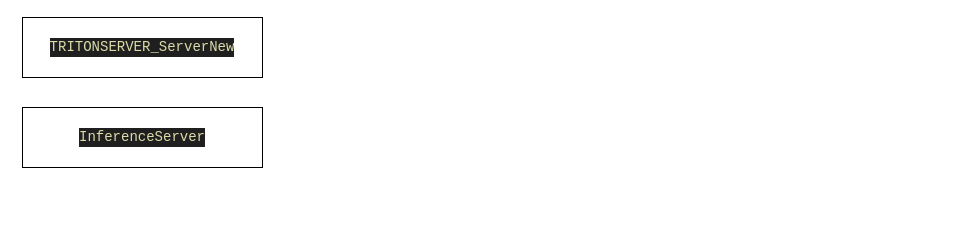
xiazi-yu/triton-server-read keeps this draw.io diagram as server-init.drawio. Above is the earlier version. Source tidied: cells renumbered, new cells numbered last; positions are measured from the earlier drawing's top-left corner, leaving out a move shared by most shapes. Both pictures are drawn from the tidied source at 100%, with x=0, y=0 at pixel (22, 17).
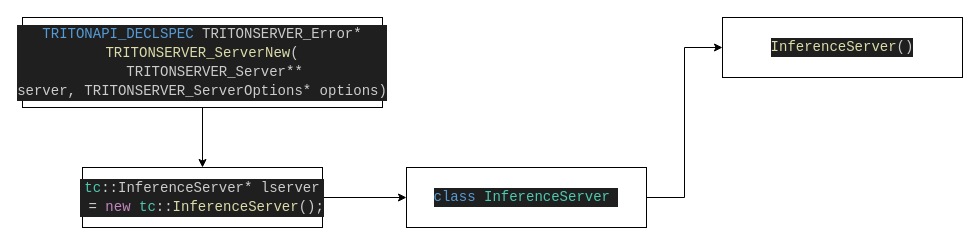
After the change.

Change to the diagram source:
```diff
@@
 <mxGraphModel>
   <root>
     <mxCell id="0" />
     <mxCell id="1" parent="0" />
+    <mxCell id="4" style="edgeStyle=orthogonalEdgeStyle;rounded=0;jettySize=auto;html=1;" parent="1" edge="1" source="2" target="3">
+      <mxGeometry relative="1" as="geometry" />
+    </mxCell>
-    <mxCell id="2" value="&lt;div style=&quot;color: rgb(204, 204, 204); background-color: rgb(31, 31, 31); font-family: Consolas, &amp;quot;Courier New&amp;quot;, monospace; font-size: 14px; line-height: 19px; white-space: pre;&quot;&gt;&lt;span style=&quot;color: #dcdcaa;&quot;&gt;TRITONSERVER_ServerNew&lt;/span&gt;&lt;/div&gt;" style="rounded=0;whiteSpace=wrap;html=1;" parent="1" vertex="1">
-      <mxGeometry width="240" height="60" as="geometry" />
+    <mxCell id="2" value="&lt;div style=&quot;color: rgb(204, 204, 204); background-color: rgb(31, 31, 31); font-family: Consolas, &amp;quot;Courier New&amp;quot;, monospace; font-size: 14px; line-height: 19px; white-space: pre;&quot;&gt;&lt;div style=&quot;line-height: 19px;&quot;&gt;&lt;div&gt;&lt;span style=&quot;color: #569cd6;&quot;&gt;TRITONAPI_DECLSPEC&lt;/span&gt; TRITONSERVER_Error&lt;span style=&quot;color: #d4d4d4;&quot;&gt;*&lt;/span&gt;&lt;/div&gt;&lt;div&gt;&lt;span style=&quot;color: #dcdcaa;&quot;&gt;TRITONSERVER_ServerNew&lt;/span&gt;(&lt;/div&gt;&lt;div&gt;&amp;nbsp; &amp;nbsp; TRITONSERVER_Server&lt;span style=&quot;color: #d4d4d4;&quot;&gt;**&lt;/span&gt; &lt;/div&gt;&lt;div&gt;server, TRITONSERVER_ServerOptions&lt;span style=&quot;color: #d4d4d4;&quot;&gt;*&lt;/span&gt; options)&lt;/div&gt;&lt;/div&gt;&lt;/div&gt;" style="rounded=0;whiteSpace=wrap;html=1;" parent="1" vertex="1">
+      <mxGeometry width="360" height="90" as="geometry" />
     </mxCell>
+    <mxCell id="5" style="edgeStyle=orthogonalEdgeStyle;rounded=0;jettySize=auto;html=1;" parent="1" edge="1" source="3" target="7">
+      <mxGeometry relative="1" as="geometry" />
+    </mxCell>
-    <mxCell id="3" value="&lt;div style=&quot;color: rgb(204, 204, 204); background-color: rgb(31, 31, 31); font-family: Consolas, &amp;quot;Courier New&amp;quot;, monospace; font-size: 14px; line-height: 19px; white-space: pre;&quot;&gt;&lt;div style=&quot;line-height: 19px;&quot;&gt;&lt;span style=&quot;color: #dcdcaa;&quot;&gt;InferenceServer&lt;/span&gt;&lt;/div&gt;&lt;/div&gt;" style="rounded=0;whiteSpace=wrap;html=1;" parent="1" vertex="1">
-      <mxGeometry y="90" width="240" height="60" as="geometry" />
+    <mxCell id="3" value="&lt;div style=&quot;color: rgb(204, 204, 204); background-color: rgb(31, 31, 31); font-family: Consolas, &amp;quot;Courier New&amp;quot;, monospace; font-size: 14px; line-height: 19px; white-space: pre;&quot;&gt;&lt;div style=&quot;line-height: 19px;&quot;&gt;&lt;div style=&quot;line-height: 19px;&quot;&gt;&lt;span style=&quot;color: #4ec9b0;&quot;&gt;tc&lt;/span&gt;::InferenceServer&lt;span style=&quot;color: #d4d4d4;&quot;&gt;*&lt;/span&gt; lserver&lt;/div&gt;&lt;div style=&quot;line-height: 19px;&quot;&gt; &lt;span style=&quot;color: #d4d4d4;&quot;&gt;=&lt;/span&gt; &lt;span style=&quot;color: #c586c0;&quot;&gt;new&lt;/span&gt; &lt;span style=&quot;color: #4ec9b0;&quot;&gt;tc&lt;/span&gt;::&lt;span style=&quot;color: #dcdcaa;&quot;&gt;InferenceServer&lt;/span&gt;();&lt;/div&gt;&lt;/div&gt;&lt;/div&gt;" style="rounded=0;whiteSpace=wrap;html=1;" parent="1" vertex="1">
+      <mxGeometry x="60" y="150" width="240" height="60" as="geometry" />
     </mxCell>
+    <mxCell id="6" style="edgeStyle=orthogonalEdgeStyle;rounded=0;jettySize=auto;html=1;exitX=1;exitY=0.5;exitDx=0;exitDy=0;entryX=0;entryY=0.5;entryDx=0;entryDy=0;" parent="1" edge="1" source="7" target="8">
+      <mxGeometry relative="1" as="geometry" />
+    </mxCell>
+    <mxCell id="7" value="&lt;div style=&quot;color: rgb(204, 204, 204); background-color: rgb(31, 31, 31); font-family: Consolas, &amp;quot;Courier New&amp;quot;, monospace; font-size: 14px; line-height: 19px; white-space: pre;&quot;&gt;&lt;div style=&quot;line-height: 19px;&quot;&gt;&lt;div style=&quot;line-height: 19px;&quot;&gt;&lt;div style=&quot;line-height: 19px;&quot;&gt;&lt;span style=&quot;color: #569cd6;&quot;&gt;class&lt;/span&gt; &lt;span style=&quot;color: #4ec9b0;&quot;&gt;InferenceServer&lt;/span&gt; &lt;/div&gt;&lt;/div&gt;&lt;/div&gt;&lt;/div&gt;" style="rounded=0;whiteSpace=wrap;html=1;" parent="1" vertex="1">
+      <mxGeometry x="384" y="150" width="240" height="60" as="geometry" />
+    </mxCell>
+    <mxCell id="8" value="&lt;div style=&quot;color: rgb(204, 204, 204); background-color: rgb(31, 31, 31); font-family: Consolas, &amp;quot;Courier New&amp;quot;, monospace; font-size: 14px; line-height: 19px; white-space: pre;&quot;&gt;&lt;div style=&quot;line-height: 19px;&quot;&gt;&lt;div style=&quot;line-height: 19px;&quot;&gt;&lt;div style=&quot;line-height: 19px;&quot;&gt;&lt;div style=&quot;line-height: 19px;&quot;&gt;&lt;span style=&quot;color: #dcdcaa;&quot;&gt;InferenceServer&lt;/span&gt;()&lt;/div&gt;&lt;/div&gt;&lt;/div&gt;&lt;/div&gt;&lt;/div&gt;" style="rounded=0;whiteSpace=wrap;html=1;" parent="1" vertex="1">
+      <mxGeometry x="700" width="240" height="60" as="geometry" />
+    </mxCell>
   </root>
 </mxGraphModel>
```
